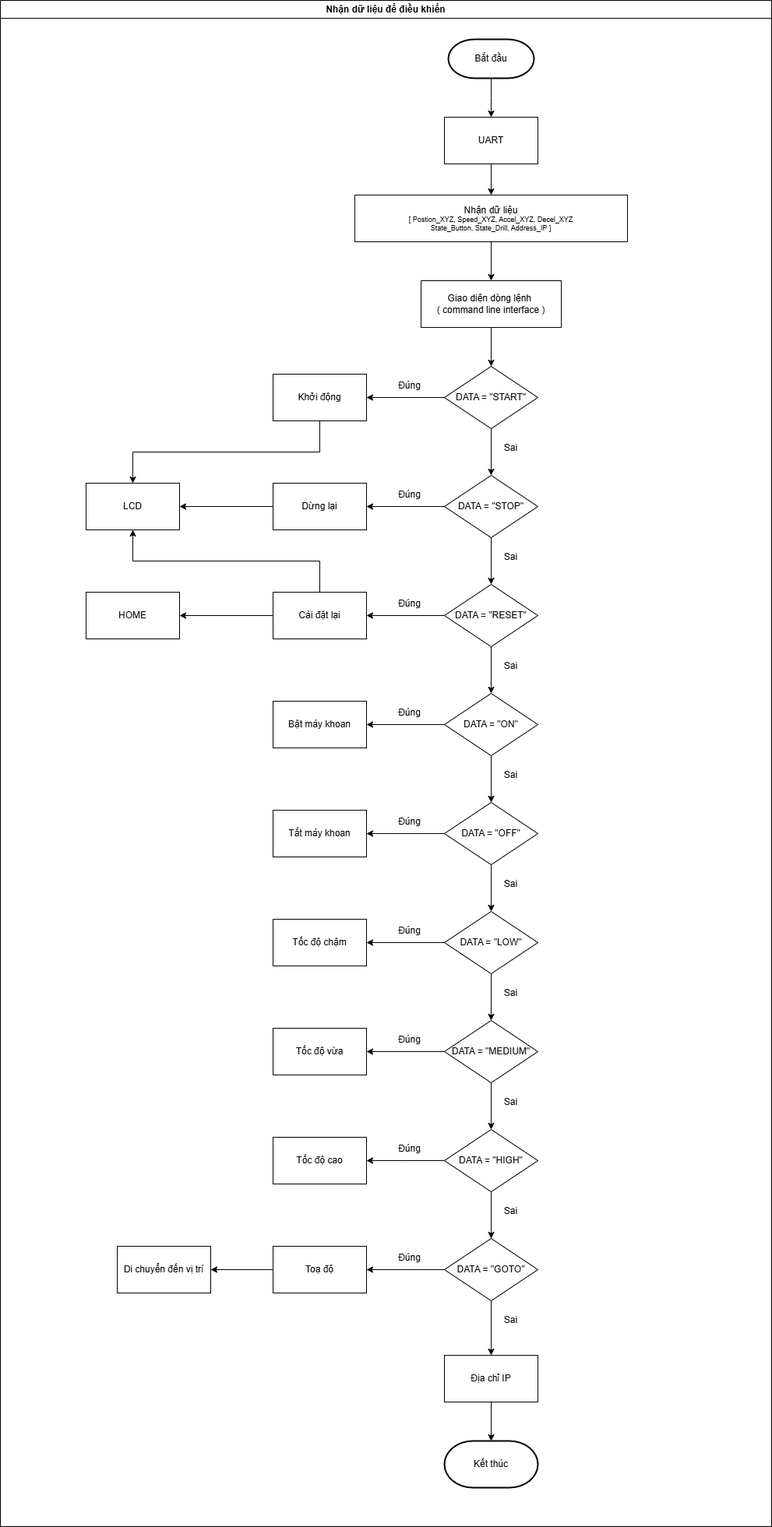
The draw.io diagram FLOWCHART-VIE/FLOWCHART-RECEIVE-DATA-CONTROLL.png in Quynguyen34/CNC-Drill-Graduation-Project, before a commit. Source tidied: cells renumbered, new cells last; positions are measured from the earlier drawing's top-left corner, leaving out a move shared by most shapes.
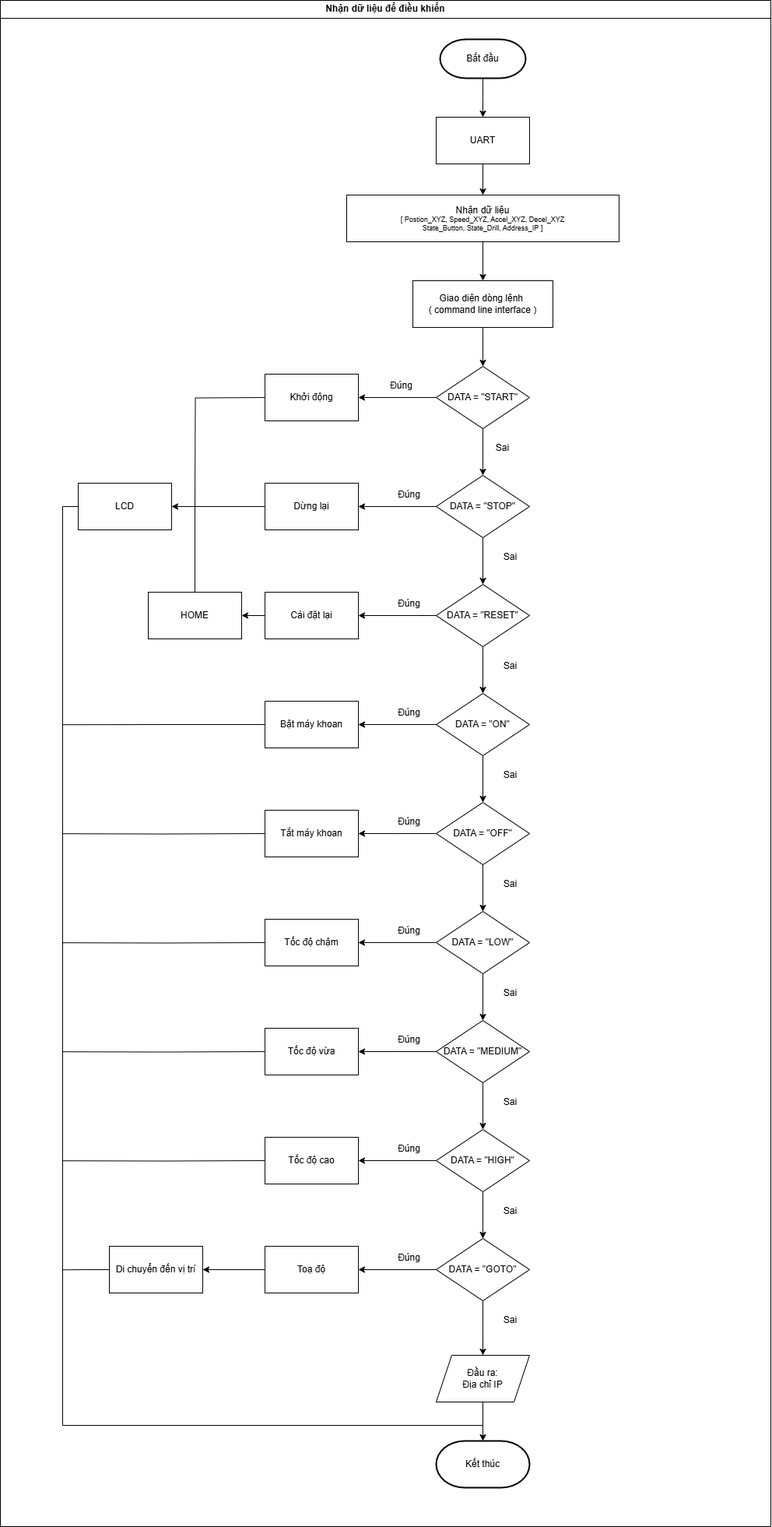
After the commit.

Diff of the diagram source:
```diff
@@ -7,16 +7,6 @@
         <mxPoint x="470" y="510" as="targetPoint" />
       </mxGeometry>
     </mxCell>
-    <mxCell id="3" style="edgeStyle=orthogonalEdgeStyle;rounded=0;orthogonalLoop=1;jettySize=auto;html=1;entryX=0.5;entryY=0;entryDx=0;entryDy=0;swimlaneLine=1;" parent="1" edge="1">
-      <mxGeometry relative="1" as="geometry">
-        <mxPoint x="410" y="540" as="sourcePoint" />
-        <mxPoint x="170" y="620" as="targetPoint" />
-        <Array as="points">
-          <mxPoint x="410" y="580" />
-          <mxPoint x="170" y="580" />
-        </Array>
-      </mxGeometry>
-    </mxCell>
     <mxCell id="4" style="edgeStyle=orthogonalEdgeStyle;rounded=0;jettySize=auto;html=1;swimlaneLine=1;" parent="1" edge="1" source="10">
       <mxGeometry relative="1" as="geometry">
         <mxPoint x="470" y="650" as="targetPoint" />
@@ -33,22 +23,6 @@
         <mxPoint x="230" y="650" as="targetPoint" />
       </mxGeometry>
     </mxCell>
-    <mxCell id="7" style="edgeStyle=orthogonalEdgeStyle;rounded=0;orthogonalLoop=1;jettySize=auto;html=1;swimlaneLine=1;" parent="1" edge="1">
-      <mxGeometry relative="1" as="geometry">
-        <mxPoint x="350" y="790" as="sourcePoint" />
-        <mxPoint x="230" y="790" as="targetPoint" />
-      </mxGeometry>
-    </mxCell>
-    <mxCell id="8" style="edgeStyle=orthogonalEdgeStyle;rounded=0;orthogonalLoop=1;jettySize=auto;html=1;entryX=0.5;entryY=1;entryDx=0;entryDy=0;swimlaneLine=1;" parent="1" edge="1">
-      <mxGeometry relative="1" as="geometry">
-        <mxPoint x="410" y="760" as="sourcePoint" />
-        <mxPoint x="170" y="680" as="targetPoint" />
-        <Array as="points">
-          <mxPoint x="410" y="720" />
-          <mxPoint x="170" y="720" />
-        </Array>
-      </mxGeometry>
-    </mxCell>
     <mxCell id="9" value="DATA = &quot;START&quot;" style="rhombus;whiteSpace=wrap;html=1;direction=west;swimlaneLine=1;" parent="1" vertex="1">
       <mxGeometry x="570" y="470" width="120" height="80" as="geometry" />
     </mxCell>
@@ -173,21 +147,36 @@
     <mxCell id="43" value="Giao diện dòng lệnh&amp;nbsp;&lt;div&gt;( command line interface )&lt;/div&gt;" style="rounded=0;whiteSpace=wrap;html=1;" parent="1" vertex="1">
       <mxGeometry x="540" y="360" width="180" height="60" as="geometry" />
     </mxCell>
+    <mxCell id="76" style="edgeStyle=orthogonalEdgeStyle;rounded=0;orthogonalLoop=1;jettySize=auto;html=1;exitX=0;exitY=0.5;exitDx=0;exitDy=0;endArrow=none;endFill=0;" parent="1" edge="1">
+      <mxGeometry relative="1" as="geometry">
+        <mxPoint x="351" y="510" as="sourcePoint" />
+        <mxPoint x="260" y="650" as="targetPoint" />
+      </mxGeometry>
+    </mxCell>
     <mxCell id="44" value="Khởi động" style="rounded=0;whiteSpace=wrap;html=1;" parent="1" vertex="1">
       <mxGeometry x="350" y="480" width="120" height="60" as="geometry" />
     </mxCell>
+    <mxCell id="77" style="edgeStyle=orthogonalEdgeStyle;rounded=0;jettySize=auto;html=1;exitX=0;exitY=0.5;exitDx=0;exitDy=0;endArrow=none;endFill=0;" parent="1" edge="1" source="45">
+      <mxGeometry relative="1" as="geometry">
+        <mxPoint x="630" y="1830" as="targetPoint" />
+        <Array as="points">
+          <mxPoint x="90" y="650" />
+          <mxPoint x="90" y="1830" />
+          <mxPoint x="630" y="1830" />
+        </Array>
+      </mxGeometry>
+    </mxCell>
     <mxCell id="45" value="LCD" style="rounded=0;whiteSpace=wrap;html=1;" parent="1" vertex="1">
       <mxGeometry x="110" y="620" width="120" height="60" as="geometry" />
     </mxCell>
-    <mxCell id="46" value="HOME" style="rounded=0;whiteSpace=wrap;html=1;" parent="1" vertex="1">
-      <mxGeometry x="110" y="760" width="120" height="60" as="geometry" />
-    </mxCell>
     <mxCell id="47" value="Dừng lại" style="rounded=0;whiteSpace=wrap;html=1;" parent="1" vertex="1">
       <mxGeometry x="350" y="620" width="120" height="60" as="geometry" />
     </mxCell>
-    <mxCell id="48" value="Cài đặt lại" style="rounded=0;whiteSpace=wrap;html=1;" parent="1" vertex="1">
-      <mxGeometry x="350" y="760" width="120" height="60" as="geometry" />
-    </mxCell>
+    <mxCell id="78" style="edgeStyle=orthogonalEdgeStyle;rounded=0;jettySize=auto;html=1;exitX=0;exitY=0.5;exitDx=0;exitDy=0;endArrow=none;endFill=0;" parent="1" edge="1" source="49">
+      <mxGeometry relative="1" as="geometry">
+        <mxPoint x="90" y="930.2" as="targetPoint" />
+      </mxGeometry>
+    </mxCell>
     <mxCell id="49" value="Bật máy khoan" style="rounded=0;whiteSpace=wrap;html=1;" parent="1" vertex="1">
       <mxGeometry x="350" y="900" width="120" height="60" as="geometry" />
     </mxCell>
@@ -206,11 +195,16 @@
     <mxCell id="54" value="Toạ độ" style="rounded=0;whiteSpace=wrap;html=1;" parent="1" vertex="1">
       <mxGeometry x="350" y="1600" width="120" height="60" as="geometry" />
     </mxCell>
+    <mxCell id="79" style="edgeStyle=orthogonalEdgeStyle;rounded=0;jettySize=auto;html=1;exitX=0;exitY=0.5;exitDx=0;exitDy=0;endArrow=none;endFill=0;" parent="1" edge="1" source="55">
+      <mxGeometry relative="1" as="geometry">
+        <mxPoint x="90" y="1630.3" as="targetPoint" />
+      </mxGeometry>
+    </mxCell>
     <mxCell id="55" value="Di chuyển đến vị trí" style="rounded=0;whiteSpace=wrap;html=1;" parent="1" vertex="1">
       <mxGeometry x="150" y="1600" width="120" height="60" as="geometry" />
     </mxCell>
     <mxCell id="56" value="Nhận dữ liệu để điều khiển" style="swimlane;whiteSpace=wrap;html=1;" parent="1" vertex="1">
-      <mxGeometry width="990" height="1960" as="geometry" />
+      <mxGeometry x="10" width="990" height="1960" as="geometry" />
     </mxCell>
     <mxCell id="57" value="Sai" style="text;html=1;align=center;verticalAlign=middle;strokeColor=none;fillColor=none;swimlaneLine=1;" parent="56" vertex="1">
       <mxGeometry x="635" y="700" width="40" height="30" as="geometry" />
@@ -260,14 +254,52 @@
     <mxCell id="72" value="Đúng" style="text;html=1;align=center;verticalAlign=middle;strokeColor=none;fillColor=none;swimlaneLine=1;" parent="56" vertex="1">
       <mxGeometry x="500" y="1600" width="50" height="30" as="geometry" />
     </mxCell>
-    <mxCell id="73" value="Địa chỉ IP" style="rounded=0;whiteSpace=wrap;html=1;" parent="56" vertex="1">
-      <mxGeometry x="570" y="1740" width="120" height="60" as="geometry" />
-    </mxCell>
     <mxCell id="74" value="Kết thúc" style="strokeWidth=2;html=1;shape=mxgraph.flowchart.terminator;whiteSpace=wrap;" parent="56" vertex="1">
-      <mxGeometry x="570" y="1850" width="120" height="60" as="geometry" />
+      <mxGeometry x="560" y="1850" width="120" height="60" as="geometry" />
     </mxCell>
-    <mxCell id="75" style="edgeStyle=orthogonalEdgeStyle;rounded=0;jettySize=auto;html=1;exitX=0.5;exitY=1;exitDx=0;exitDy=0;entryX=0.5;entryY=0;entryDx=0;entryDy=0;entryPerimeter=0;" parent="56" edge="1" source="73" target="74">
+    <mxCell id="75" style="edgeStyle=orthogonalEdgeStyle;rounded=0;jettySize=auto;html=1;exitX=0.5;exitY=1;exitDx=0;exitDy=0;entryX=0.5;entryY=0;entryDx=0;entryDy=0;entryPerimeter=0;" parent="56" edge="1" source="85" target="74">
       <mxGeometry relative="1" as="geometry" />
     </mxCell>
+    <mxCell id="80" style="edgeStyle=orthogonalEdgeStyle;rounded=0;jettySize=auto;html=1;exitX=0.5;exitY=0;exitDx=0;exitDy=0;endArrow=none;endFill=0;" parent="56" edge="1" source="46">
+      <mxGeometry relative="1" as="geometry">
+        <mxPoint x="250" y="650" as="targetPoint" />
+      </mxGeometry>
+    </mxCell>
+    <mxCell id="46" value="HOME" style="rounded=0;whiteSpace=wrap;html=1;" parent="56" vertex="1">
+      <mxGeometry x="190" y="760" width="120" height="60" as="geometry" />
+    </mxCell>
+    <mxCell id="48" value="Cài đặt lại" style="rounded=0;whiteSpace=wrap;html=1;" parent="56" vertex="1">
+      <mxGeometry x="340" y="760" width="120" height="60" as="geometry" />
+    </mxCell>
+    <mxCell id="7" style="edgeStyle=orthogonalEdgeStyle;rounded=0;jettySize=auto;html=1;swimlaneLine=1;entryX=1;entryY=0.5;entryDx=0;entryDy=0;exitX=0;exitY=0.5;exitDx=0;exitDy=0;" parent="56" edge="1" source="48" target="46">
+      <mxGeometry relative="1" as="geometry" />
+    </mxCell>
+    <mxCell id="81" style="edgeStyle=orthogonalEdgeStyle;rounded=0;orthogonalLoop=1;jettySize=auto;html=1;exitX=0;exitY=0.5;exitDx=0;exitDy=0;endArrow=none;endFill=0;" parent="56" edge="1">
+      <mxGeometry relative="1" as="geometry">
+        <mxPoint x="340" y="1070" as="sourcePoint" />
+        <mxPoint x="80" y="1070.2" as="targetPoint" />
+      </mxGeometry>
+    </mxCell>
+    <mxCell id="82" style="edgeStyle=orthogonalEdgeStyle;rounded=0;orthogonalLoop=1;jettySize=auto;html=1;exitX=0;exitY=0.5;exitDx=0;exitDy=0;endArrow=none;endFill=0;" parent="56" edge="1">
+      <mxGeometry relative="1" as="geometry">
+        <mxPoint x="340" y="1210" as="sourcePoint" />
+        <mxPoint x="80" y="1210.2" as="targetPoint" />
+      </mxGeometry>
+    </mxCell>
+    <mxCell id="83" style="edgeStyle=orthogonalEdgeStyle;rounded=0;orthogonalLoop=1;jettySize=auto;html=1;exitX=0;exitY=0.5;exitDx=0;exitDy=0;endArrow=none;endFill=0;" parent="56" edge="1">
+      <mxGeometry relative="1" as="geometry">
+        <mxPoint x="340" y="1350" as="sourcePoint" />
+        <mxPoint x="80" y="1350.2" as="targetPoint" />
+      </mxGeometry>
+    </mxCell>
+    <mxCell id="84" style="edgeStyle=orthogonalEdgeStyle;rounded=0;orthogonalLoop=1;jettySize=auto;html=1;exitX=0;exitY=0.5;exitDx=0;exitDy=0;endArrow=none;endFill=0;" parent="56" edge="1">
+      <mxGeometry relative="1" as="geometry">
+        <mxPoint x="340" y="1490" as="sourcePoint" />
+        <mxPoint x="80" y="1490.2" as="targetPoint" />
+      </mxGeometry>
+    </mxCell>
+    <mxCell id="85" value="Đầu ra:&lt;div&gt;Địa chỉ IP&lt;/div&gt;" style="shape=parallelogram;perimeter=parallelogramPerimeter;whiteSpace=wrap;html=1;fixedSize=1;" parent="56" vertex="1">
+      <mxGeometry x="560" y="1740" width="120" height="60" as="geometry" />
+    </mxCell>
   </root>
 </mxGraphModel>
```
